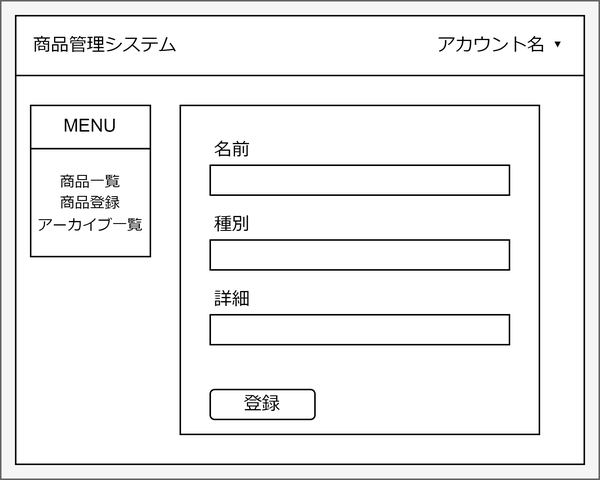
Before: drawio/itemManagement2-create.drawio.png, a diagram exported from draw.io (nekkiChan/ItemManagement2). Source tidied: cells renumbered, new cells last; positions are measured from the earlier drawing's top-left corner, leaving out a move shared by most shapes.
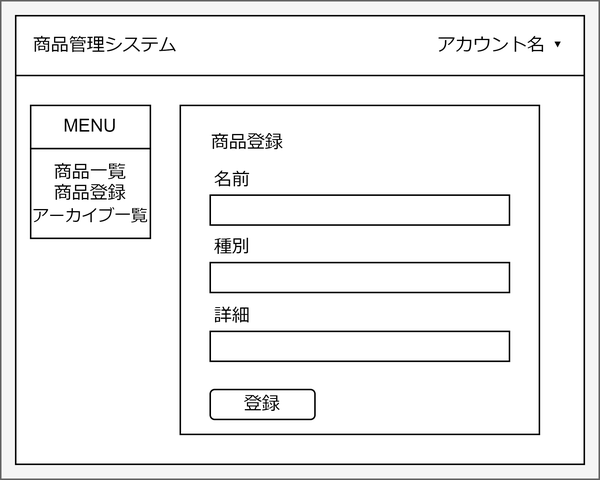
The same diagram one commit later.

Diff of the diagram source:
```diff
@@ -17,15 +17,6 @@
     <mxCell id="6" value="アカウント名 ▾" style="text;html=1;strokeColor=none;fillColor=none;align=center;verticalAlign=middle;whiteSpace=wrap;rounded=0;" parent="1" vertex="1">
       <mxGeometry x="280" y="15" width="110" height="30" as="geometry" />
     </mxCell>
-    <mxCell id="7" style="group;" parent="1" vertex="1">
-      <mxGeometry x="20" y="70" width="80" height="130" as="geometry" />
-    </mxCell>
-    <mxCell id="8" value="&lt;font style=&quot;font-size: 10px;&quot;&gt;商品一覧&lt;br&gt;商品登録&lt;br&gt;アーカイブ一覧&lt;/font&gt;" style="rounded=0;whiteSpace=wrap;html=1;" parent="7" vertex="1">
-      <mxGeometry y="28.9" width="80" height="72.2" as="geometry" />
-    </mxCell>
-    <mxCell id="9" value="MENU" style="rounded=0;whiteSpace=wrap;html=1;" parent="7" vertex="1">
-      <mxGeometry width="80" height="28.9" as="geometry" />
-    </mxCell>
     <mxCell id="10" style="edgeStyle=orthogonalEdgeStyle;rounded=0;orthogonalLoop=1;jettySize=auto;html=1;exitX=0.5;exitY=1;exitDx=0;exitDy=0;" parent="1" edge="1">
       <mxGeometry relative="1" as="geometry">
         <mxPoint x="240" y="300" as="sourcePoint" />
@@ -36,7 +27,7 @@
       <mxGeometry x="120" y="70" width="240" height="220" as="geometry" />
     </mxCell>
     <mxCell id="12" style="group;" parent="1" vertex="1">
-      <mxGeometry x="140" y="90" width="200" height="40" as="geometry" />
+      <mxGeometry x="140" y="110" width="200" height="40" as="geometry" />
     </mxCell>
     <mxCell id="13" style="rounded=0;whiteSpace=wrap;html=1;" parent="12" vertex="1">
       <mxGeometry y="20" width="200" height="20" as="geometry" />
@@ -45,7 +36,7 @@
       <mxGeometry width="30" height="20" as="geometry" />
     </mxCell>
     <mxCell id="15" style="group;" parent="1" vertex="1">
-      <mxGeometry x="140" y="140" width="200" height="40" as="geometry" />
+      <mxGeometry x="140" y="155.1" width="200" height="40" as="geometry" />
     </mxCell>
     <mxCell id="16" style="rounded=0;whiteSpace=wrap;html=1;" parent="15" vertex="1">
       <mxGeometry y="20" width="200" height="20" as="geometry" />
@@ -54,7 +45,7 @@
       <mxGeometry width="30" height="20" as="geometry" />
     </mxCell>
     <mxCell id="18" style="group;" parent="1" vertex="1">
-      <mxGeometry x="140" y="190" width="200" height="40" as="geometry" />
+      <mxGeometry x="140" y="201.1" width="200" height="40" as="geometry" />
     </mxCell>
     <mxCell id="19" style="rounded=0;whiteSpace=wrap;html=1;" parent="18" vertex="1">
       <mxGeometry y="20" width="200" height="20" as="geometry" />
@@ -65,5 +56,14 @@
     <mxCell id="21" value="登録" style="rounded=1;whiteSpace=wrap;html=1;" parent="1" vertex="1">
       <mxGeometry x="140" y="260" width="70" height="20" as="geometry" />
     </mxCell>
+    <mxCell id="9" value="MENU" style="rounded=0;whiteSpace=wrap;html=1;" parent="1" vertex="1">
+      <mxGeometry x="20" y="70" width="80" height="28.9" as="geometry" />
+    </mxCell>
+    <mxCell id="8" value="商品一覧&lt;br&gt;商品登録&lt;br&gt;&lt;font style=&quot;font-size: 11px;&quot;&gt;アーカイブ一覧&lt;/font&gt;" style="rounded=0;whiteSpace=wrap;html=1;" parent="1" vertex="1">
+      <mxGeometry x="20" y="98.9" width="80" height="60" as="geometry" />
+    </mxCell>
+    <mxCell id="22" value="商品登録" style="text;html=1;strokeColor=none;fillColor=none;align=center;verticalAlign=middle;whiteSpace=wrap;rounded=0;" parent="1" vertex="1">
+      <mxGeometry x="120" y="80" width="90" height="30" as="geometry" />
+    </mxCell>
   </root>
 </mxGraphModel>
```
